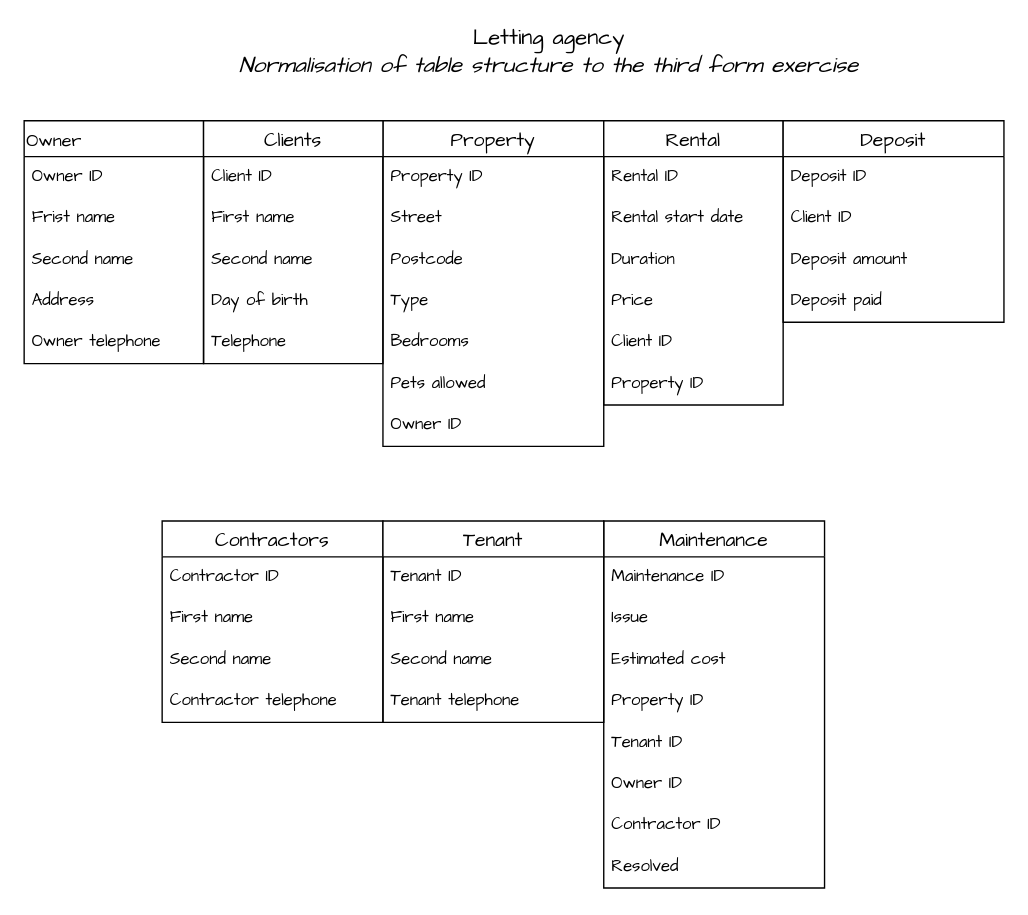
The draw.io diagram 3NF table structure.drawio in Richard-A-llen/Python, before the edit. Source tidied: cells renumbered, new cells numbered last; positions are measured from the earlier drawing's top-left corner, leaving out a move shared by most shapes. Both pictures are drawn from the tidied source at 138%, with x=0, y=0 at pixel (23, 23).
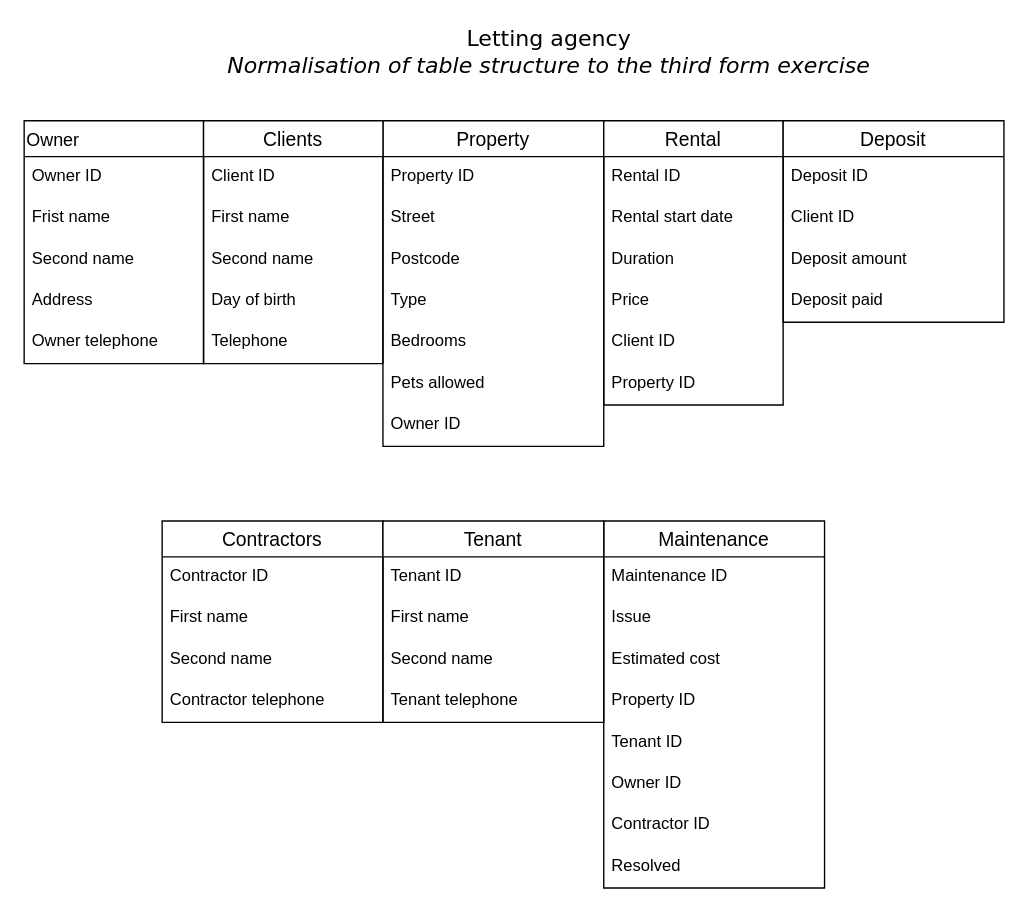
Above is the later version.

What changed in the source:
```diff
@@
-    <mxCell id="2" value="Owner" style="swimlane;fontStyle=0;horizontal=1;startSize=26;align=left;fontSize=13;fontFamily=Comic Sans MS;" parent="1" vertex="1">
+    <mxCell id="2" value="Owner" style="swimlane;fontStyle=0;horizontal=1;startSize=26;align=left;fontSize=13;fontFamily=Helvetica;" parent="1" vertex="1">
       <mxGeometry y="70" width="130" height="176" as="geometry" />
     </mxCell>
-    <mxCell id="3" value="Owner ID" style="text;strokeColor=none;fillColor=none;spacingLeft=4;spacingRight=4;overflow=hidden;fontSize=12;fontFamily=Comic Sans MS;align=left;" parent="2" vertex="1">
+    <mxCell id="3" value="Owner ID" style="text;strokeColor=none;fillColor=none;spacingLeft=4;spacingRight=4;overflow=hidden;fontSize=12;fontFamily=Helvetica;align=left;" parent="2" vertex="1">
       <mxGeometry y="26" width="130" height="30" as="geometry" />
     </mxCell>
-    <mxCell id="4" value="Frist name" style="text;strokeColor=none;fillColor=none;spacingLeft=4;spacingRight=4;overflow=hidden;fontSize=12;fontFamily=Comic Sans MS;align=left;fontStyle=0;" parent="2" vertex="1">
+    <mxCell id="4" value="Frist name" style="text;strokeColor=none;fillColor=none;spacingLeft=4;spacingRight=4;overflow=hidden;fontSize=12;fontFamily=Helvetica;align=left;fontStyle=0;" parent="2" vertex="1">
       <mxGeometry y="56" width="130" height="30" as="geometry" />
     </mxCell>
-    <mxCell id="5" value="Second name" style="text;strokeColor=none;fillColor=none;spacingLeft=4;spacingRight=4;overflow=hidden;fontSize=12;fontFamily=Comic Sans MS;align=left;" parent="2" vertex="1">
+    <mxCell id="5" value="Second name" style="text;strokeColor=none;fillColor=none;spacingLeft=4;spacingRight=4;overflow=hidden;fontSize=12;fontFamily=Helvetica;align=left;" parent="2" vertex="1">
       <mxGeometry y="86" width="130" height="30" as="geometry" />
     </mxCell>
-    <mxCell id="6" value="Address" style="text;strokeColor=none;fillColor=none;spacingLeft=4;spacingRight=4;overflow=hidden;fontSize=12;fontFamily=Comic Sans MS;align=left;fontStyle=0;" parent="2" vertex="1">
+    <mxCell id="6" value="Address" style="text;strokeColor=none;fillColor=none;spacingLeft=4;spacingRight=4;overflow=hidden;fontSize=12;fontFamily=Helvetica;align=left;fontStyle=0;" parent="2" vertex="1">
       <mxGeometry y="116" width="130" height="30" as="geometry" />
     </mxCell>
-    <mxCell id="7" value="Owner telephone" style="text;strokeColor=none;fillColor=none;spacingLeft=4;spacingRight=4;overflow=hidden;fontSize=12;fontFamily=Comic Sans MS;" parent="2" vertex="1">
+    <mxCell id="7" value="Owner telephone" style="text;strokeColor=none;fillColor=none;spacingLeft=4;spacingRight=4;overflow=hidden;fontSize=12;fontFamily=Helvetica;" parent="2" vertex="1">
       <mxGeometry y="146" width="130" height="30" as="geometry" />
     </mxCell>
-    <mxCell id="8" value="Property" style="swimlane;fontStyle=0;horizontal=1;startSize=26;align=center;fontSize=14;fontFamily=Comic Sans MS;" parent="1" vertex="1">
+    <mxCell id="8" value="Property" style="swimlane;fontStyle=0;horizontal=1;startSize=26;align=center;fontSize=14;fontFamily=Helvetica;" parent="1" vertex="1">
       <mxGeometry x="260" y="70" width="160" height="236" as="geometry" />
     </mxCell>
-    <mxCell id="9" value="Property ID" style="text;strokeColor=none;fillColor=none;spacingLeft=4;spacingRight=4;overflow=hidden;fontSize=12;fontFamily=Comic Sans MS;" parent="8" vertex="1">
+    <mxCell id="9" value="Property ID" style="text;strokeColor=none;fillColor=none;spacingLeft=4;spacingRight=4;overflow=hidden;fontSize=12;fontFamily=Helvetica;" parent="8" vertex="1">
       <mxGeometry y="26" width="160" height="30" as="geometry" />
     </mxCell>
-    <mxCell id="10" value="Street" style="text;strokeColor=none;fillColor=none;spacingLeft=4;spacingRight=4;overflow=hidden;fontSize=12;fontFamily=Comic Sans MS;" parent="8" vertex="1">
+    <mxCell id="10" value="Street" style="text;strokeColor=none;fillColor=none;spacingLeft=4;spacingRight=4;overflow=hidden;fontSize=12;fontFamily=Helvetica;" parent="8" vertex="1">
       <mxGeometry y="56" width="160" height="30" as="geometry" />
     </mxCell>
-    <mxCell id="11" value="Postcode" style="text;strokeColor=none;fillColor=none;spacingLeft=4;spacingRight=4;overflow=hidden;fontSize=12;fontFamily=Comic Sans MS;" parent="8" vertex="1">
+    <mxCell id="11" value="Postcode" style="text;strokeColor=none;fillColor=none;spacingLeft=4;spacingRight=4;overflow=hidden;fontSize=12;fontFamily=Helvetica;" parent="8" vertex="1">
       <mxGeometry y="86" width="160" height="30" as="geometry" />
     </mxCell>
-    <mxCell id="12" value="Type" style="text;strokeColor=none;fillColor=none;spacingLeft=4;spacingRight=4;overflow=hidden;fontSize=12;fontFamily=Comic Sans MS;" parent="8" vertex="1">
+    <mxCell id="12" value="Type" style="text;strokeColor=none;fillColor=none;spacingLeft=4;spacingRight=4;overflow=hidden;fontSize=12;fontFamily=Helvetica;" parent="8" vertex="1">
       <mxGeometry y="116" width="160" height="30" as="geometry" />
     </mxCell>
-    <mxCell id="13" value="Bedrooms" style="text;strokeColor=none;fillColor=none;spacingLeft=4;spacingRight=4;overflow=hidden;fontSize=12;fontFamily=Comic Sans MS;" parent="8" vertex="1">
+    <mxCell id="13" value="Bedrooms" style="text;strokeColor=none;fillColor=none;spacingLeft=4;spacingRight=4;overflow=hidden;fontSize=12;fontFamily=Helvetica;" parent="8" vertex="1">
       <mxGeometry y="146" width="160" height="30" as="geometry" />
     </mxCell>
-    <mxCell id="14" value="Pets allowed" style="text;strokeColor=none;fillColor=none;spacingLeft=4;spacingRight=4;overflow=hidden;fontSize=12;fontFamily=Comic Sans MS;" parent="8" vertex="1">
+    <mxCell id="14" value="Pets allowed" style="text;strokeColor=none;fillColor=none;spacingLeft=4;spacingRight=4;overflow=hidden;fontSize=12;fontFamily=Helvetica;" parent="8" vertex="1">
       <mxGeometry y="176" width="160" height="30" as="geometry" />
     </mxCell>
-    <mxCell id="15" value="Owner ID" style="text;strokeColor=none;fillColor=none;spacingLeft=4;spacingRight=4;overflow=hidden;fontSize=12;fontFamily=Comic Sans MS;" parent="8" vertex="1">
+    <mxCell id="15" value="Owner ID" style="text;strokeColor=none;fillColor=none;spacingLeft=4;spacingRight=4;overflow=hidden;fontSize=12;fontFamily=Helvetica;" parent="8" vertex="1">
       <mxGeometry y="206" width="160" height="30" as="geometry" />
     </mxCell>
-    <mxCell id="16" value="Rental" style="swimlane;fontStyle=0;horizontal=1;startSize=26;align=center;fontSize=14;fontFamily=Comic Sans MS;" parent="1" vertex="1">
+    <mxCell id="16" value="Rental" style="swimlane;fontStyle=0;horizontal=1;startSize=26;align=center;fontSize=14;fontFamily=Helvetica;" parent="1" vertex="1">
       <mxGeometry x="420" y="70" width="130" height="206" as="geometry" />
     </mxCell>
-    <mxCell id="17" value="Rental ID" style="text;strokeColor=none;fillColor=none;spacingLeft=4;spacingRight=4;overflow=hidden;fontSize=12;fontFamily=Comic Sans MS;" parent="16" vertex="1">
+    <mxCell id="17" value="Rental ID" style="text;strokeColor=none;fillColor=none;spacingLeft=4;spacingRight=4;overflow=hidden;fontSize=12;fontFamily=Helvetica;" parent="16" vertex="1">
       <mxGeometry y="26" width="130" height="30" as="geometry" />
     </mxCell>
-    <mxCell id="18" value="Rental start date" style="text;strokeColor=none;fillColor=none;spacingLeft=4;spacingRight=4;overflow=hidden;fontSize=12;fontFamily=Comic Sans MS;" parent="16" vertex="1">
+    <mxCell id="18" value="Rental start date" style="text;strokeColor=none;fillColor=none;spacingLeft=4;spacingRight=4;overflow=hidden;fontSize=12;fontFamily=Helvetica;" parent="16" vertex="1">
       <mxGeometry y="56" width="130" height="30" as="geometry" />
     </mxCell>
-    <mxCell id="19" value="Duration" style="text;strokeColor=none;fillColor=none;spacingLeft=4;spacingRight=4;overflow=hidden;fontSize=12;fontFamily=Comic Sans MS;" parent="16" vertex="1">
+    <mxCell id="19" value="Duration" style="text;strokeColor=none;fillColor=none;spacingLeft=4;spacingRight=4;overflow=hidden;fontSize=12;fontFamily=Helvetica;" parent="16" vertex="1">
       <mxGeometry y="86" width="130" height="30" as="geometry" />
     </mxCell>
-    <mxCell id="20" value="Price" style="text;strokeColor=none;fillColor=none;spacingLeft=4;spacingRight=4;overflow=hidden;fontSize=12;fontFamily=Comic Sans MS;" parent="16" vertex="1">
+    <mxCell id="20" value="Price" style="text;strokeColor=none;fillColor=none;spacingLeft=4;spacingRight=4;overflow=hidden;fontSize=12;fontFamily=Helvetica;" parent="16" vertex="1">
       <mxGeometry y="116" width="130" height="30" as="geometry" />
     </mxCell>
-    <mxCell id="21" value="Client ID" style="text;strokeColor=none;fillColor=none;spacingLeft=4;spacingRight=4;overflow=hidden;fontSize=12;fontFamily=Comic Sans MS;" parent="16" vertex="1">
+    <mxCell id="21" value="Client ID" style="text;strokeColor=none;fillColor=none;spacingLeft=4;spacingRight=4;overflow=hidden;fontSize=12;fontFamily=Helvetica;" parent="16" vertex="1">
       <mxGeometry y="146" width="130" height="30" as="geometry" />
     </mxCell>
-    <mxCell id="22" value="Property ID" style="text;strokeColor=none;fillColor=none;spacingLeft=4;spacingRight=4;overflow=hidden;fontSize=12;fontFamily=Comic Sans MS;" parent="16" vertex="1">
+    <mxCell id="22" value="Property ID" style="text;strokeColor=none;fillColor=none;spacingLeft=4;spacingRight=4;overflow=hidden;fontSize=12;fontFamily=Helvetica;" parent="16" vertex="1">
       <mxGeometry y="176" width="130" height="30" as="geometry" />
     </mxCell>
-    <mxCell id="23" value="Contractors" style="swimlane;fontStyle=0;horizontal=1;startSize=26;align=center;fontSize=14;fontFamily=Comic Sans MS;" parent="1" vertex="1">
+    <mxCell id="23" value="Contractors" style="swimlane;fontStyle=0;horizontal=1;startSize=26;align=center;fontSize=14;fontFamily=Helvetica;" parent="1" vertex="1">
       <mxGeometry x="100" y="360" width="160" height="146" as="geometry" />
     </mxCell>
-    <mxCell id="24" value="Contractor ID" style="text;strokeColor=none;fillColor=none;spacingLeft=4;spacingRight=4;overflow=hidden;fontSize=12;fontFamily=Comic Sans MS;" parent="23" vertex="1">
+    <mxCell id="24" value="Contractor ID" style="text;strokeColor=none;fillColor=none;spacingLeft=4;spacingRight=4;overflow=hidden;fontSize=12;fontFamily=Helvetica;" parent="23" vertex="1">
       <mxGeometry y="26" width="160" height="30" as="geometry" />
     </mxCell>
-    <mxCell id="25" value="First name" style="text;strokeColor=none;fillColor=none;spacingLeft=4;spacingRight=4;overflow=hidden;fontSize=12;fontFamily=Comic Sans MS;" parent="23" vertex="1">
+    <mxCell id="25" value="First name" style="text;strokeColor=none;fillColor=none;spacingLeft=4;spacingRight=4;overflow=hidden;fontSize=12;fontFamily=Helvetica;" parent="23" vertex="1">
       <mxGeometry y="56" width="160" height="30" as="geometry" />
     </mxCell>
-    <mxCell id="26" value="Second name" style="text;strokeColor=none;fillColor=none;spacingLeft=4;spacingRight=4;overflow=hidden;fontSize=12;fontFamily=Comic Sans MS;" parent="23" vertex="1">
+    <mxCell id="26" value="Second name" style="text;strokeColor=none;fillColor=none;spacingLeft=4;spacingRight=4;overflow=hidden;fontSize=12;fontFamily=Helvetica;" parent="23" vertex="1">
       <mxGeometry y="86" width="160" height="30" as="geometry" />
     </mxCell>
-    <mxCell id="27" value="Contractor telephone" style="text;strokeColor=none;fillColor=none;spacingLeft=4;spacingRight=4;overflow=hidden;fontSize=12;fontFamily=Comic Sans MS;" parent="23" vertex="1">
+    <mxCell id="27" value="Contractor telephone" style="text;strokeColor=none;fillColor=none;spacingLeft=4;spacingRight=4;overflow=hidden;fontSize=12;fontFamily=Helvetica;" parent="23" vertex="1">
       <mxGeometry y="116" width="160" height="30" as="geometry" />
     </mxCell>
-    <mxCell id="28" value="Deposit" style="swimlane;fontStyle=0;horizontal=1;startSize=26;align=center;fontSize=14;fontFamily=Comic Sans MS;" parent="1" vertex="1">
+    <mxCell id="28" value="Deposit" style="swimlane;fontStyle=0;horizontal=1;startSize=26;align=center;fontSize=14;fontFamily=Helvetica;" parent="1" vertex="1">
       <mxGeometry x="550" y="70" width="160" height="146" as="geometry" />
     </mxCell>
-    <mxCell id="29" value="Deposit ID" style="text;strokeColor=none;fillColor=none;spacingLeft=4;spacingRight=4;overflow=hidden;fontSize=12;fontFamily=Comic Sans MS;" parent="28" vertex="1">
+    <mxCell id="29" value="Deposit ID" style="text;strokeColor=none;fillColor=none;spacingLeft=4;spacingRight=4;overflow=hidden;fontSize=12;fontFamily=Helvetica;" parent="28" vertex="1">
       <mxGeometry y="26" width="160" height="30" as="geometry" />
     </mxCell>
-    <mxCell id="30" value="Client ID" style="text;strokeColor=none;fillColor=none;spacingLeft=4;spacingRight=4;overflow=hidden;fontSize=12;fontFamily=Comic Sans MS;" parent="28" vertex="1">
+    <mxCell id="30" value="Client ID" style="text;strokeColor=none;fillColor=none;spacingLeft=4;spacingRight=4;overflow=hidden;fontSize=12;fontFamily=Helvetica;" parent="28" vertex="1">
       <mxGeometry y="56" width="160" height="30" as="geometry" />
     </mxCell>
-    <mxCell id="31" value="Deposit amount" style="text;strokeColor=none;fillColor=none;spacingLeft=4;spacingRight=4;overflow=hidden;fontSize=12;fontFamily=Comic Sans MS;" parent="28" vertex="1">
+    <mxCell id="31" value="Deposit amount" style="text;strokeColor=none;fillColor=none;spacingLeft=4;spacingRight=4;overflow=hidden;fontSize=12;fontFamily=Helvetica;" parent="28" vertex="1">
       <mxGeometry y="86" width="160" height="30" as="geometry" />
     </mxCell>
-    <mxCell id="32" value="Deposit paid" style="text;strokeColor=none;fillColor=none;spacingLeft=4;spacingRight=4;overflow=hidden;fontSize=12;fontFamily=Comic Sans MS;" parent="28" vertex="1">
+    <mxCell id="32" value="Deposit paid" style="text;strokeColor=none;fillColor=none;spacingLeft=4;spacingRight=4;overflow=hidden;fontSize=12;fontFamily=Helvetica;" parent="28" vertex="1">
       <mxGeometry y="116" width="160" height="30" as="geometry" />
     </mxCell>
-    <mxCell id="33" value="Clients" style="swimlane;fontStyle=0;horizontal=1;startSize=26;align=center;fontSize=14;fontFamily=Comic Sans MS;" parent="1" vertex="1">
+    <mxCell id="33" value="Clients" style="swimlane;fontStyle=0;horizontal=1;startSize=26;align=center;fontSize=14;fontFamily=Helvetica;" parent="1" vertex="1">
       <mxGeometry x="130" y="70" width="130" height="176" as="geometry" />
     </mxCell>
-    <mxCell id="34" value="Client ID" style="text;strokeColor=none;fillColor=none;spacingLeft=4;spacingRight=4;overflow=hidden;fontSize=12;fontFamily=Comic Sans MS;align=left;" parent="33" vertex="1">
+    <mxCell id="34" value="Client ID" style="text;strokeColor=none;fillColor=none;spacingLeft=4;spacingRight=4;overflow=hidden;fontSize=12;fontFamily=Helvetica;align=left;" parent="33" vertex="1">
       <mxGeometry y="26" width="130" height="30" as="geometry" />
     </mxCell>
-    <mxCell id="35" value="First name" style="text;strokeColor=none;fillColor=none;spacingLeft=4;spacingRight=4;overflow=hidden;fontSize=12;fontFamily=Comic Sans MS;align=left;" parent="33" vertex="1">
+    <mxCell id="35" value="First name" style="text;strokeColor=none;fillColor=none;spacingLeft=4;spacingRight=4;overflow=hidden;fontSize=12;fontFamily=Helvetica;align=left;" parent="33" vertex="1">
       <mxGeometry y="56" width="130" height="30" as="geometry" />
     </mxCell>
-    <mxCell id="36" value="Second name" style="text;strokeColor=none;fillColor=none;spacingLeft=4;spacingRight=4;overflow=hidden;fontSize=12;fontFamily=Comic Sans MS;align=left;" parent="33" vertex="1">
+    <mxCell id="36" value="Second name" style="text;strokeColor=none;fillColor=none;spacingLeft=4;spacingRight=4;overflow=hidden;fontSize=12;fontFamily=Helvetica;align=left;" parent="33" vertex="1">
       <mxGeometry y="86" width="130" height="30" as="geometry" />
     </mxCell>
-    <mxCell id="37" value="Day of birth" style="text;strokeColor=none;fillColor=none;spacingLeft=4;spacingRight=4;overflow=hidden;fontSize=12;fontFamily=Comic Sans MS;align=left;" parent="33" vertex="1">
+    <mxCell id="37" value="Day of birth" style="text;strokeColor=none;fillColor=none;spacingLeft=4;spacingRight=4;overflow=hidden;fontSize=12;fontFamily=Helvetica;align=left;" parent="33" vertex="1">
       <mxGeometry y="116" width="130" height="30" as="geometry" />
     </mxCell>
-    <mxCell id="38" value="Telephone" style="text;strokeColor=none;fillColor=none;spacingLeft=4;spacingRight=4;overflow=hidden;fontSize=12;fontFamily=Comic Sans MS;" parent="33" vertex="1">
+    <mxCell id="38" value="Telephone" style="text;strokeColor=none;fillColor=none;spacingLeft=4;spacingRight=4;overflow=hidden;fontSize=12;fontFamily=Helvetica;" parent="33" vertex="1">
       <mxGeometry y="146" width="130" height="30" as="geometry" />
     </mxCell>
-    <mxCell id="39" value="Maintenance" style="swimlane;fontStyle=0;horizontal=1;startSize=26;align=center;fontSize=14;fontFamily=Comic Sans MS;" parent="1" vertex="1">
+    <mxCell id="39" value="Maintenance" style="swimlane;fontStyle=0;horizontal=1;startSize=26;align=center;fontSize=14;fontFamily=Helvetica;" parent="1" vertex="1">
       <mxGeometry x="420" y="360" width="160" height="266" as="geometry" />
     </mxCell>
-    <mxCell id="40" value="Maintenance ID" style="text;strokeColor=none;fillColor=none;spacingLeft=4;spacingRight=4;overflow=hidden;fontSize=12;fontFamily=Comic Sans MS;" parent="39" vertex="1">
+    <mxCell id="40" value="Maintenance ID" style="text;strokeColor=none;fillColor=none;spacingLeft=4;spacingRight=4;overflow=hidden;fontSize=12;fontFamily=Helvetica;" parent="39" vertex="1">
       <mxGeometry y="26" width="160" height="30" as="geometry" />
     </mxCell>
-    <mxCell id="41" value="Issue" style="text;strokeColor=none;fillColor=none;spacingLeft=4;spacingRight=4;overflow=hidden;fontSize=12;fontFamily=Comic Sans MS;" parent="39" vertex="1">
+    <mxCell id="41" value="Issue" style="text;strokeColor=none;fillColor=none;spacingLeft=4;spacingRight=4;overflow=hidden;fontSize=12;fontFamily=Helvetica;" parent="39" vertex="1">
       <mxGeometry y="56" width="160" height="30" as="geometry" />
     </mxCell>
-    <mxCell id="42" value="Estimated cost" style="text;strokeColor=none;fillColor=none;spacingLeft=4;spacingRight=4;overflow=hidden;fontSize=12;fontFamily=Comic Sans MS;" parent="39" vertex="1">
+    <mxCell id="42" value="Estimated cost" style="text;strokeColor=none;fillColor=none;spacingLeft=4;spacingRight=4;overflow=hidden;fontSize=12;fontFamily=Helvetica;" parent="39" vertex="1">
       <mxGeometry y="86" width="160" height="30" as="geometry" />
     </mxCell>
-    <mxCell id="43" value="Property ID" style="text;strokeColor=none;fillColor=none;spacingLeft=4;spacingRight=4;overflow=hidden;fontSize=12;fontFamily=Comic Sans MS;" parent="39" vertex="1">
+    <mxCell id="43" value="Property ID" style="text;strokeColor=none;fillColor=none;spacingLeft=4;spacingRight=4;overflow=hidden;fontSize=12;fontFamily=Helvetica;" parent="39" vertex="1">
       <mxGeometry y="116" width="160" height="30" as="geometry" />
     </mxCell>
-    <mxCell id="44" value="Tenant ID" style="text;strokeColor=none;fillColor=none;spacingLeft=4;spacingRight=4;overflow=hidden;fontSize=12;fontFamily=Comic Sans MS;" parent="39" vertex="1">
+    <mxCell id="44" value="Tenant ID" style="text;strokeColor=none;fillColor=none;spacingLeft=4;spacingRight=4;overflow=hidden;fontSize=12;fontFamily=Helvetica;" parent="39" vertex="1">
       <mxGeometry y="146" width="160" height="30" as="geometry" />
     </mxCell>
-    <mxCell id="45" value="Owner ID" style="text;strokeColor=none;fillColor=none;spacingLeft=4;spacingRight=4;overflow=hidden;fontSize=12;fontFamily=Comic Sans MS;" parent="39" vertex="1">
+    <mxCell id="45" value="Owner ID" style="text;strokeColor=none;fillColor=none;spacingLeft=4;spacingRight=4;overflow=hidden;fontSize=12;fontFamily=Helvetica;" parent="39" vertex="1">
       <mxGeometry y="176" width="160" height="30" as="geometry" />
     </mxCell>
-    <mxCell id="46" value="Contractor ID" style="text;strokeColor=none;fillColor=none;spacingLeft=4;spacingRight=4;overflow=hidden;fontSize=12;fontFamily=Comic Sans MS;" parent="39" vertex="1">
+    <mxCell id="46" value="Contractor ID" style="text;strokeColor=none;fillColor=none;spacingLeft=4;spacingRight=4;overflow=hidden;fontSize=12;fontFamily=Helvetica;" parent="39" vertex="1">
       <mxGeometry y="206" width="160" height="30" as="geometry" />
     </mxCell>
-    <mxCell id="47" value="Resolved" style="text;strokeColor=none;fillColor=none;spacingLeft=4;spacingRight=4;overflow=hidden;fontSize=12;fontFamily=Comic Sans MS;" parent="39" vertex="1">
+    <mxCell id="47" value="Resolved" style="text;strokeColor=none;fillColor=none;spacingLeft=4;spacingRight=4;overflow=hidden;fontSize=12;fontFamily=Helvetica;" parent="39" vertex="1">
       <mxGeometry y="236" width="160" height="30" as="geometry" />
     </mxCell>
-    <mxCell id="48" value="Tenant" style="swimlane;fontStyle=0;horizontal=1;startSize=26;align=center;fontSize=14;fontFamily=Comic Sans MS;" parent="1" vertex="1">
+    <mxCell id="48" value="Tenant" style="swimlane;fontStyle=0;horizontal=1;startSize=26;align=center;fontSize=14;fontFamily=Helvetica;" parent="1" vertex="1">
       <mxGeometry x="260" y="360" width="160" height="146" as="geometry" />
     </mxCell>
-    <mxCell id="49" value="Tenant ID" style="text;strokeColor=none;fillColor=none;spacingLeft=4;spacingRight=4;overflow=hidden;fontSize=12;fontFamily=Comic Sans MS;" parent="48" vertex="1">
+    <mxCell id="49" value="Tenant ID" style="text;strokeColor=none;fillColor=none;spacingLeft=4;spacingRight=4;overflow=hidden;fontSize=12;fontFamily=Helvetica;" parent="48" vertex="1">
       <mxGeometry y="26" width="160" height="30" as="geometry" />
     </mxCell>
-    <mxCell id="50" value="First name" style="text;strokeColor=none;fillColor=none;spacingLeft=4;spacingRight=4;overflow=hidden;fontSize=12;fontFamily=Comic Sans MS;" parent="48" vertex="1">
+    <mxCell id="50" value="First name" style="text;strokeColor=none;fillColor=none;spacingLeft=4;spacingRight=4;overflow=hidden;fontSize=12;fontFamily=Helvetica;" parent="48" vertex="1">
       <mxGeometry y="56" width="160" height="30" as="geometry" />
     </mxCell>
-    <mxCell id="51" value="Second name" style="text;strokeColor=none;fillColor=none;spacingLeft=4;spacingRight=4;overflow=hidden;fontSize=12;fontFamily=Comic Sans MS;" parent="48" vertex="1">
+    <mxCell id="51" value="Second name" style="text;strokeColor=none;fillColor=none;spacingLeft=4;spacingRight=4;overflow=hidden;fontSize=12;fontFamily=Helvetica;" parent="48" vertex="1">
       <mxGeometry y="86" width="160" height="30" as="geometry" />
     </mxCell>
-    <mxCell id="52" value="Tenant telephone" style="text;strokeColor=none;fillColor=none;spacingLeft=4;spacingRight=4;overflow=hidden;fontSize=12;fontFamily=Comic Sans MS;" parent="48" vertex="1">
+    <mxCell id="52" value="Tenant telephone" style="text;strokeColor=none;fillColor=none;spacingLeft=4;spacingRight=4;overflow=hidden;fontSize=12;fontFamily=Helvetica;" parent="48" vertex="1">
       <mxGeometry y="116" width="160" height="30" as="geometry" />
     </mxCell>
-    <mxCell id="53" value="&lt;font style=&quot;font-size: 16px&quot;&gt;Letting agency&lt;br&gt;&lt;i&gt;Normalisation of table structure to the third form exercise&lt;/i&gt;&lt;br&gt;&lt;/font&gt;" style="text;html=1;align=center;verticalAlign=middle;strokeColor=none;fillColor=none;fontSize=13;fontFamily=Comic Sans MS;" parent="1" vertex="1">
-      <mxGeometry x="150" width="460" height="40" as="geometry" />
+    <mxCell id="53" value="&lt;font style=&quot;font-size: 16px&quot;&gt;Letting agency&lt;br&gt;&lt;i&gt;Normalisation of table structure to the third form exercise&lt;/i&gt;&lt;br&gt;&lt;/font&gt;" style="text;html=1;align=center;verticalAlign=middle;strokeColor=none;fillColor=none;fontSize=13;fontFamily=Verdana;" parent="1" vertex="1">
+      <mxGeometry x="140" width="480" height="40" as="geometry" />
     </mxCell>
```
